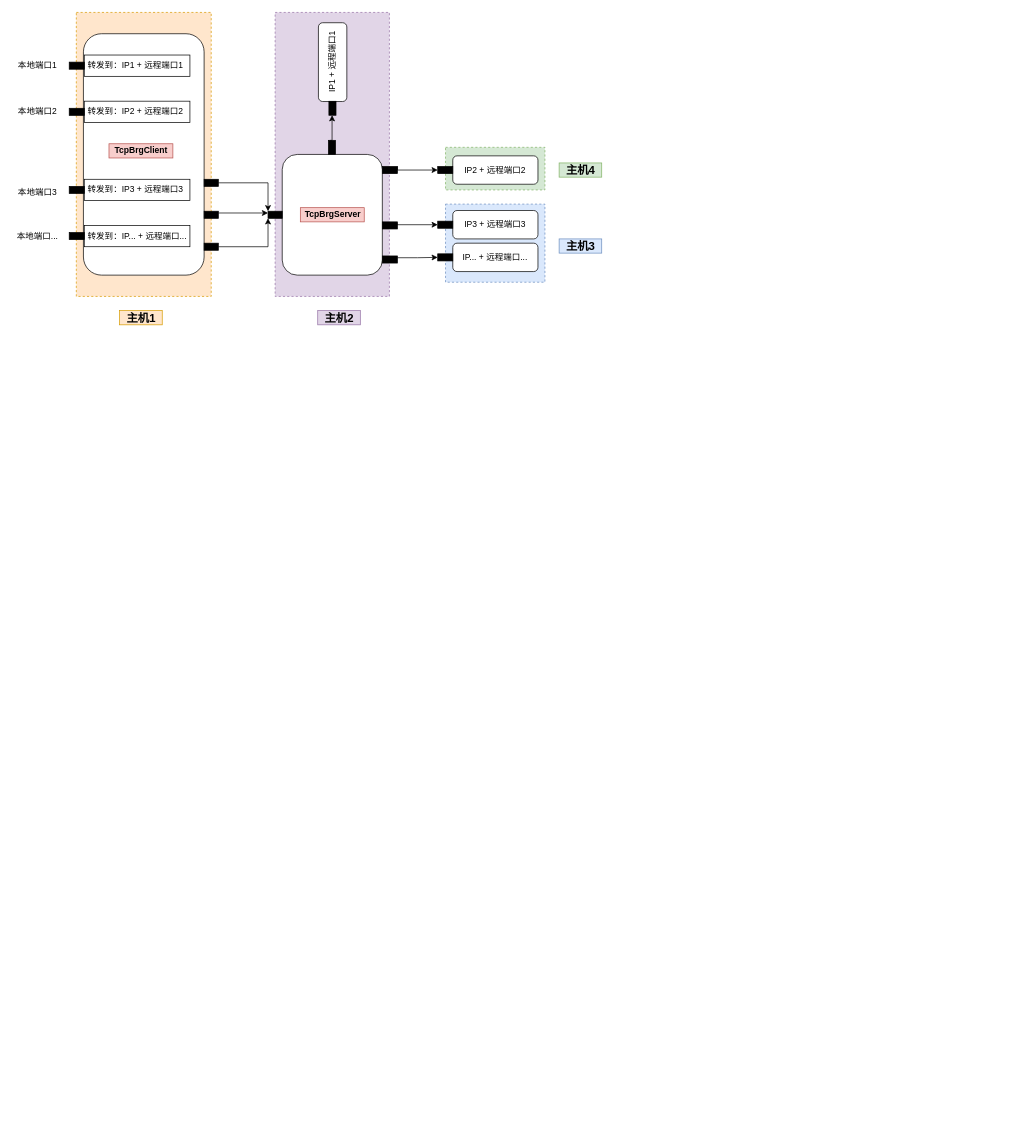
This is TcpBrg.drawio from haycheng/draw.io, a draw.io file, before an edit. Source tidied: cells renumbered, new cells numbered last; positions are measured from the earlier drawing's top-left corner, leaving out a move shared by most shapes. Both pictures are drawn from the tidied source at 71%, with x=0, y=0 at pixel (12, 12).
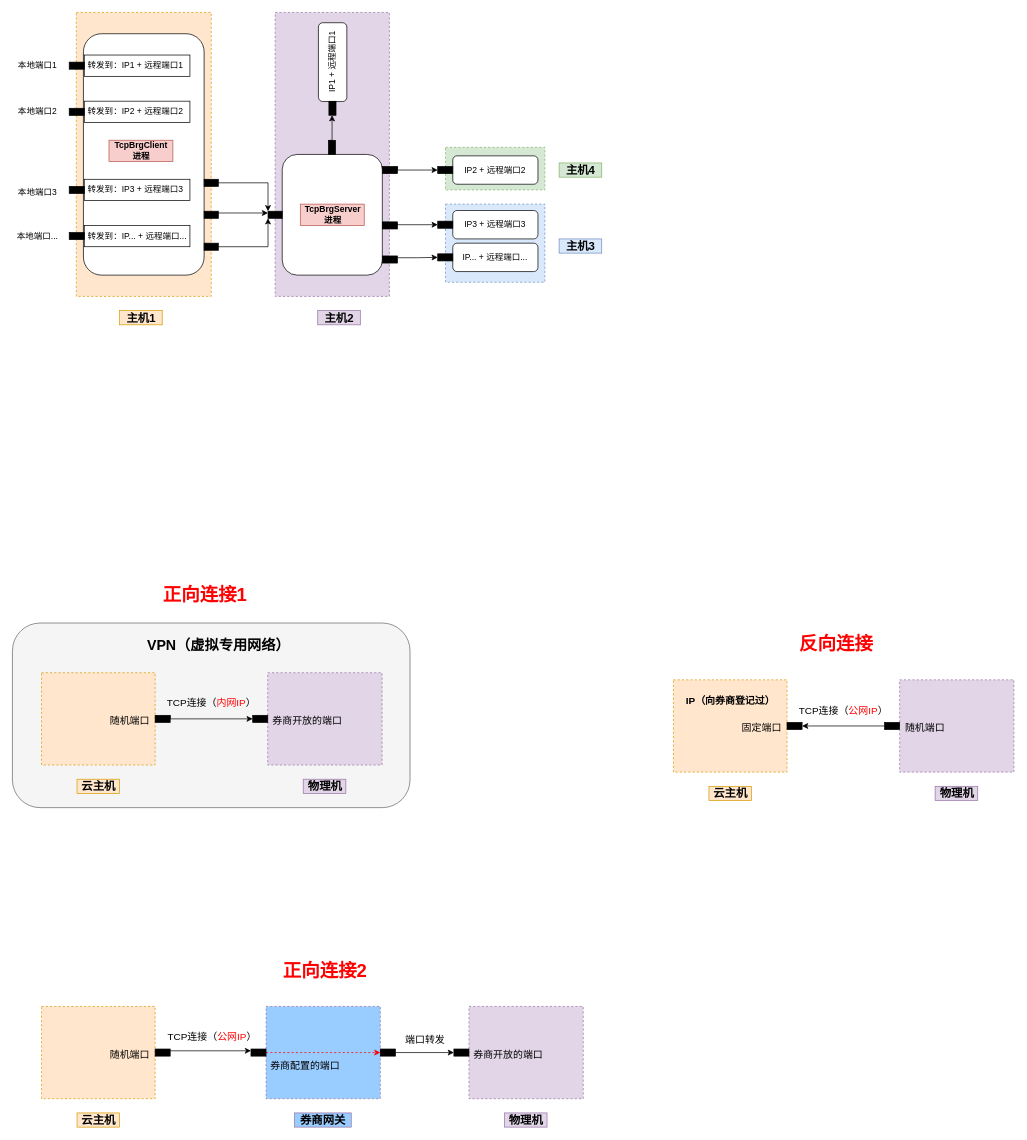
After the change.

The edit, as a diff of the source:
```diff
@@
+    <mxCell id="58" style="rounded=1;whiteSpace=wrap;html=1;fillColor=#f5f5f5;fontColor=#333333;strokeColor=#666666;" parent="1" vertex="1">
+      <mxGeometry y="860" width="560" height="260" as="geometry" />
+    </mxCell>
@@
-    <mxCell id="46" value="TcpBrgClient" style="text;html=1;align=center;verticalAlign=middle;strokeColor=#b85450;fillColor=#f8cecc;fontStyle=1;" parent="1" vertex="1">
-      <mxGeometry x="136" y="185" width="90" height="20" as="geometry" />
+    <mxCell id="46" value="TcpBrgClient&lt;br&gt;进程" style="text;html=1;align=center;verticalAlign=middle;strokeColor=#b85450;fillColor=#f8cecc;fontStyle=1;" parent="1" vertex="1">
+      <mxGeometry x="136" y="180" width="90" height="30" as="geometry" />
     </mxCell>
-    <mxCell id="47" value="TcpBrgServer" style="text;html=1;align=center;verticalAlign=middle;strokeColor=#b85450;fillColor=#f8cecc;fontStyle=1;" parent="1" vertex="1">
-      <mxGeometry x="405.5" y="275" width="90" height="20" as="geometry" />
+    <mxCell id="47" value="TcpBrgServer&lt;br&gt;进程" style="text;html=1;align=center;verticalAlign=middle;strokeColor=#b85450;fillColor=#f8cecc;fontStyle=1;" parent="1" vertex="1">
+      <mxGeometry x="405.5" y="270" width="90" height="30" as="geometry" />
     </mxCell>
@@
+    <mxCell id="59" style="rounded=0;whiteSpace=wrap;html=1;fillColor=#e1d5e7;dashed=1;strokeColor=#9673a6;" parent="1" vertex="1">
+      <mxGeometry x="359.6" y="930" width="161" height="130" as="geometry" />
+    </mxCell>
+    <mxCell id="60" style="rounded=0;whiteSpace=wrap;html=1;fillColor=#ffe6cc;dashed=1;strokeColor=#d79b00;" parent="1" vertex="1">
+      <mxGeometry x="41" y="930" width="160" height="130" as="geometry" />
+    </mxCell>
+    <mxCell id="61" value="&lt;span style=&quot;font-size: 16px&quot;&gt;云主机&lt;/span&gt;" style="text;html=1;align=center;verticalAlign=middle;strokeColor=#d79b00;fillColor=#ffe6cc;fontStyle=1;" parent="1" vertex="1">
+      <mxGeometry x="91" y="1080" width="60" height="20" as="geometry" />
+    </mxCell>
+    <mxCell id="62" value="&lt;font style=&quot;font-size: 16px&quot;&gt;物理机&lt;/font&gt;" style="text;html=1;align=center;verticalAlign=middle;strokeColor=#9673a6;fillColor=#e1d5e7;fontStyle=1;" parent="1" vertex="1">
+      <mxGeometry x="409.6" y="1080" width="60" height="20" as="geometry" />
+    </mxCell>
+    <mxCell id="63" value="&lt;b&gt;&lt;font style=&quot;font-size: 20px&quot;&gt;VPN（虚拟专用网络）&lt;/font&gt;&lt;/b&gt;" style="text;html=1;align=center;verticalAlign=middle;fillColor=none;strokeColor=none;rounded=0;" parent="1" vertex="1">
+      <mxGeometry x="180" y="880" width="220" height="20" as="geometry" />
+    </mxCell>
+    <mxCell id="64" style="rounded=0;whiteSpace=wrap;html=1;fillColor=#000000;" parent="1" vertex="1">
+      <mxGeometry x="338.4" y="990" width="21.2" height="10" as="geometry" />
+    </mxCell>
+    <mxCell id="65" style="edgeStyle=orthogonalEdgeStyle;rounded=0;jettySize=auto;html=1;exitX=1;exitY=0;exitDx=0;exitDy=0;entryX=0;entryY=0.5;entryDx=0;entryDy=0;fontSize=16;" parent="1" edge="1" source="66" target="64">
+      <mxGeometry relative="1" as="geometry">
+        <Array as="points">
+          <mxPoint x="222" y="995" />
+        </Array>
+      </mxGeometry>
+    </mxCell>
+    <mxCell id="66" style="rounded=0;whiteSpace=wrap;html=1;fillColor=#000000;" parent="1" vertex="1">
+      <mxGeometry x="201" y="990" width="21.2" height="10" as="geometry" />
+    </mxCell>
+    <mxCell id="67" value="&lt;font style=&quot;font-size: 14px&quot;&gt;TCP连接（&lt;font color=&quot;#ff0000&quot;&gt;内网IP&lt;/font&gt;）&lt;br&gt;&lt;/font&gt;" style="text;html=1;align=center;verticalAlign=middle;fillColor=none;strokeColor=none;rounded=0;fontSize=24;imageWidth=26;imageAspect=0;" parent="1" vertex="1">
+      <mxGeometry x="210" y="950" width="140" height="40" as="geometry" />
+    </mxCell>
+    <mxCell id="68" value="&lt;font style=&quot;font-size: 14px&quot;&gt;券商开放的端口&lt;/font&gt;" style="text;html=1;align=center;verticalAlign=middle;fillColor=none;strokeColor=none;rounded=0;fontSize=24;" parent="1" vertex="1">
+      <mxGeometry x="359.6" y="975" width="110" height="40" as="geometry" />
+    </mxCell>
+    <mxCell id="69" value="&lt;font style=&quot;font-size: 14px&quot;&gt;随机端口&lt;/font&gt;" style="text;html=1;align=center;verticalAlign=middle;fillColor=none;strokeColor=none;rounded=0;fontSize=24;" parent="1" vertex="1">
+      <mxGeometry x="130" y="975" width="70" height="40" as="geometry" />
+    </mxCell>
+    <mxCell id="70" value="&lt;b&gt;&lt;font style=&quot;font-size: 26px&quot;&gt;正向连接1&lt;/font&gt;&lt;/b&gt;" style="text;html=1;align=center;verticalAlign=middle;fillColor=none;strokeColor=none;rounded=0;fontColor=#FF0000;" parent="1" vertex="1">
+      <mxGeometry x="206" y="810" width="130" height="20" as="geometry" />
+    </mxCell>
+    <mxCell id="71" style="rounded=0;whiteSpace=wrap;html=1;fillColor=#e1d5e7;dashed=1;strokeColor=#9673a6;" parent="1" vertex="1">
+      <mxGeometry x="1249.6" y="940" width="161" height="130" as="geometry" />
+    </mxCell>
+    <mxCell id="72" style="rounded=0;whiteSpace=wrap;html=1;fillColor=#ffe6cc;dashed=1;strokeColor=#d79b00;" parent="1" vertex="1">
+      <mxGeometry x="931" y="940" width="160" height="130" as="geometry" />
+    </mxCell>
+    <mxCell id="73" value="&lt;span style=&quot;font-size: 16px&quot;&gt;云主机&lt;/span&gt;" style="text;html=1;align=center;verticalAlign=middle;strokeColor=#d79b00;fillColor=#ffe6cc;fontStyle=1;" parent="1" vertex="1">
+      <mxGeometry x="981" y="1090" width="60" height="20" as="geometry" />
+    </mxCell>
+    <mxCell id="74" value="&lt;font style=&quot;font-size: 16px&quot;&gt;物理机&lt;/font&gt;" style="text;html=1;align=center;verticalAlign=middle;strokeColor=#9673a6;fillColor=#e1d5e7;fontStyle=1;" parent="1" vertex="1">
+      <mxGeometry x="1299.6" y="1090" width="60" height="20" as="geometry" />
+    </mxCell>
+    <mxCell id="75" style="edgeStyle=orthogonalEdgeStyle;rounded=0;jettySize=auto;html=1;entryX=1;entryY=0.5;entryDx=0;entryDy=0;fontSize=14;fontColor=#FF0000;" parent="1" edge="1" source="76" target="77">
+      <mxGeometry relative="1" as="geometry" />
+    </mxCell>
+    <mxCell id="76" style="rounded=0;whiteSpace=wrap;html=1;fillColor=#000000;" parent="1" vertex="1">
+      <mxGeometry x="1228.4" y="1000" width="21.2" height="10" as="geometry" />
+    </mxCell>
+    <mxCell id="77" style="rounded=0;whiteSpace=wrap;html=1;fillColor=#000000;" parent="1" vertex="1">
+      <mxGeometry x="1091" y="1000" width="21.2" height="10" as="geometry" />
+    </mxCell>
+    <mxCell id="78" value="&lt;font style=&quot;font-size: 14px&quot;&gt;TCP连接（&lt;font color=&quot;#ff0000&quot;&gt;公网IP&lt;/font&gt;）&lt;br&gt;&lt;/font&gt;" style="text;html=1;align=center;verticalAlign=middle;fillColor=none;strokeColor=none;rounded=0;fontSize=24;imageWidth=26;imageAspect=0;" parent="1" vertex="1">
+      <mxGeometry x="1100" y="960" width="140" height="40" as="geometry" />
+    </mxCell>
+    <mxCell id="79" value="&lt;font style=&quot;font-size: 14px&quot;&gt;随机端口&lt;/font&gt;" style="text;html=1;align=center;verticalAlign=middle;fillColor=none;strokeColor=none;rounded=0;fontSize=24;" parent="1" vertex="1">
+      <mxGeometry x="1249.6" y="985" width="70" height="40" as="geometry" />
+    </mxCell>
+    <mxCell id="80" value="&lt;font style=&quot;font-size: 14px&quot;&gt;固定端口&lt;/font&gt;" style="text;html=1;align=center;verticalAlign=middle;fillColor=none;strokeColor=none;rounded=0;fontSize=24;" parent="1" vertex="1">
+      <mxGeometry x="1020" y="985" width="70" height="40" as="geometry" />
+    </mxCell>
+    <mxCell id="81" value="&lt;b&gt;&lt;font style=&quot;font-size: 26px&quot;&gt;反向连接&lt;/font&gt;&lt;/b&gt;" style="text;html=1;align=center;verticalAlign=middle;fillColor=none;strokeColor=none;rounded=0;fontColor=#FF0000;" parent="1" vertex="1">
+      <mxGeometry x="1100" y="880" width="120" height="20" as="geometry" />
+    </mxCell>
+    <mxCell id="82" value="&lt;span&gt;&lt;font style=&quot;font-size: 14px&quot;&gt;&lt;b&gt;IP（向券商登记过）&lt;/b&gt;&lt;/font&gt;&lt;/span&gt;" style="text;html=1;align=center;verticalAlign=middle;fillColor=none;strokeColor=none;rounded=0;fontStyle=0;" parent="1" vertex="1">
+      <mxGeometry x="941" y="960" width="140" height="20" as="geometry" />
+    </mxCell>
+    <mxCell id="83" style="rounded=0;whiteSpace=wrap;html=1;fillColor=#e1d5e7;dashed=1;strokeColor=#9673a6;" parent="1" vertex="1">
+      <mxGeometry x="643" y="1400" width="161" height="130" as="geometry" />
+    </mxCell>
+    <mxCell id="84" style="rounded=0;whiteSpace=wrap;html=1;fillColor=#ffe6cc;dashed=1;strokeColor=#d79b00;" parent="1" vertex="1">
+      <mxGeometry x="41" y="1400" width="160" height="130" as="geometry" />
+    </mxCell>
+    <mxCell id="85" value="&lt;span style=&quot;font-size: 16px&quot;&gt;云主机&lt;/span&gt;" style="text;html=1;align=center;verticalAlign=middle;strokeColor=#d79b00;fillColor=#ffe6cc;fontStyle=1;" parent="1" vertex="1">
+      <mxGeometry x="91" y="1550" width="60" height="20" as="geometry" />
+    </mxCell>
+    <mxCell id="86" value="&lt;font style=&quot;font-size: 16px&quot;&gt;物理机&lt;/font&gt;" style="text;html=1;align=center;verticalAlign=middle;strokeColor=#9673a6;fillColor=#e1d5e7;fontStyle=1;" parent="1" vertex="1">
+      <mxGeometry x="693" y="1550" width="60" height="20" as="geometry" />
+    </mxCell>
+    <mxCell id="87" style="rounded=0;whiteSpace=wrap;html=1;fillColor=#000000;" parent="1" vertex="1">
+      <mxGeometry x="621.8" y="1460" width="21.2" height="10" as="geometry" />
+    </mxCell>
+    <mxCell id="88" style="edgeStyle=orthogonalEdgeStyle;rounded=0;jettySize=auto;html=1;exitX=1;exitY=0.25;exitDx=0;exitDy=0;entryX=0;entryY=0.25;entryDx=0;entryDy=0;fontSize=14;fontColor=#FF0000;" parent="1" edge="1" source="89" target="97">
+      <mxGeometry relative="1" as="geometry" />
+    </mxCell>
+    <mxCell id="89" style="rounded=0;whiteSpace=wrap;html=1;fillColor=#000000;" parent="1" vertex="1">
+      <mxGeometry x="201" y="1460" width="21.2" height="10" as="geometry" />
+    </mxCell>
+    <mxCell id="90" value="&lt;font style=&quot;font-size: 14px&quot;&gt;TCP连接（&lt;font color=&quot;#ff0000&quot;&gt;公网IP&lt;/font&gt;）&lt;br&gt;&lt;/font&gt;" style="text;html=1;align=center;verticalAlign=middle;fillColor=none;strokeColor=none;rounded=0;fontSize=24;imageWidth=26;imageAspect=0;" parent="1" vertex="1">
+      <mxGeometry x="211" y="1420" width="140" height="40" as="geometry" />
+    </mxCell>
+    <mxCell id="91" value="&lt;font style=&quot;font-size: 14px&quot;&gt;券商开放的端口&lt;/font&gt;" style="text;html=1;align=center;verticalAlign=middle;fillColor=none;strokeColor=none;rounded=0;fontSize=24;" parent="1" vertex="1">
+      <mxGeometry x="643" y="1445" width="110" height="40" as="geometry" />
+    </mxCell>
+    <mxCell id="92" value="&lt;font style=&quot;font-size: 14px&quot;&gt;随机端口&lt;/font&gt;" style="text;html=1;align=center;verticalAlign=middle;fillColor=none;strokeColor=none;rounded=0;fontSize=24;" parent="1" vertex="1">
+      <mxGeometry x="130" y="1445" width="70" height="40" as="geometry" />
+    </mxCell>
+    <mxCell id="93" value="&lt;b&gt;&lt;font style=&quot;font-size: 26px&quot;&gt;正向连接2&lt;/font&gt;&lt;/b&gt;" style="text;html=1;align=center;verticalAlign=middle;fillColor=none;strokeColor=none;rounded=0;fontColor=#FF0000;" parent="1" vertex="1">
+      <mxGeometry x="375.1" y="1340" width="130" height="20" as="geometry" />
+    </mxCell>
+    <mxCell id="94" style="rounded=0;whiteSpace=wrap;html=1;fillColor=#99CCFF;dashed=1;strokeColor=#9673a6;" parent="1" vertex="1">
+      <mxGeometry x="357.2" y="1400" width="161" height="130" as="geometry" />
+    </mxCell>
+    <mxCell id="95" value="&lt;font style=&quot;font-size: 16px&quot;&gt;券商网关&lt;/font&gt;" style="text;html=1;align=center;verticalAlign=middle;strokeColor=#9673a6;fillColor=#99CCFF;fontStyle=1;" parent="1" vertex="1">
+      <mxGeometry x="397.2" y="1550" width="80" height="20" as="geometry" />
+    </mxCell>
+    <mxCell id="96" style="edgeStyle=orthogonalEdgeStyle;rounded=0;jettySize=auto;html=1;exitX=1;exitY=0.5;exitDx=0;exitDy=0;entryX=1;entryY=0.5;entryDx=0;entryDy=0;fontSize=14;fontColor=#9999FF;dashed=1;strokeColor=#FF0000;" parent="1" edge="1" source="97" target="94">
+      <mxGeometry relative="1" as="geometry">
+        <Array as="points">
+          <mxPoint x="450" y="1465" />
+          <mxPoint x="450" y="1465" />
+        </Array>
+      </mxGeometry>
+    </mxCell>
+    <mxCell id="97" style="rounded=0;whiteSpace=wrap;html=1;fillColor=#000000;" parent="1" vertex="1">
+      <mxGeometry x="336" y="1460" width="21.2" height="10" as="geometry" />
+    </mxCell>
+    <mxCell id="98" value="&lt;font style=&quot;font-size: 14px&quot;&gt;券商配置的端口&lt;/font&gt;" style="text;html=1;align=center;verticalAlign=middle;fillColor=none;strokeColor=none;rounded=0;fontSize=24;" parent="1" vertex="1">
+      <mxGeometry x="357.2" y="1460" width="110" height="40" as="geometry" />
+    </mxCell>
+    <mxCell id="99" style="edgeStyle=orthogonalEdgeStyle;rounded=0;jettySize=auto;html=1;exitX=1;exitY=0.5;exitDx=0;exitDy=0;entryX=0;entryY=0.5;entryDx=0;entryDy=0;fontSize=14;fontColor=#9999FF;" parent="1" edge="1" source="100" target="87">
+      <mxGeometry relative="1" as="geometry" />
+    </mxCell>
+    <mxCell id="100" style="rounded=0;whiteSpace=wrap;html=1;fillColor=#000000;" parent="1" vertex="1">
+      <mxGeometry x="518.2" y="1460" width="21.2" height="10" as="geometry" />
+    </mxCell>
+    <mxCell id="101" value="&lt;font style=&quot;font-size: 14px&quot;&gt;端口转发&lt;br&gt;&lt;/font&gt;" style="text;html=1;align=center;verticalAlign=middle;fillColor=none;strokeColor=none;rounded=0;fontSize=24;imageWidth=26;imageAspect=0;" parent="1" vertex="1">
+      <mxGeometry x="546" y="1424" width="70" height="40" as="geometry" />
+    </mxCell>
```
